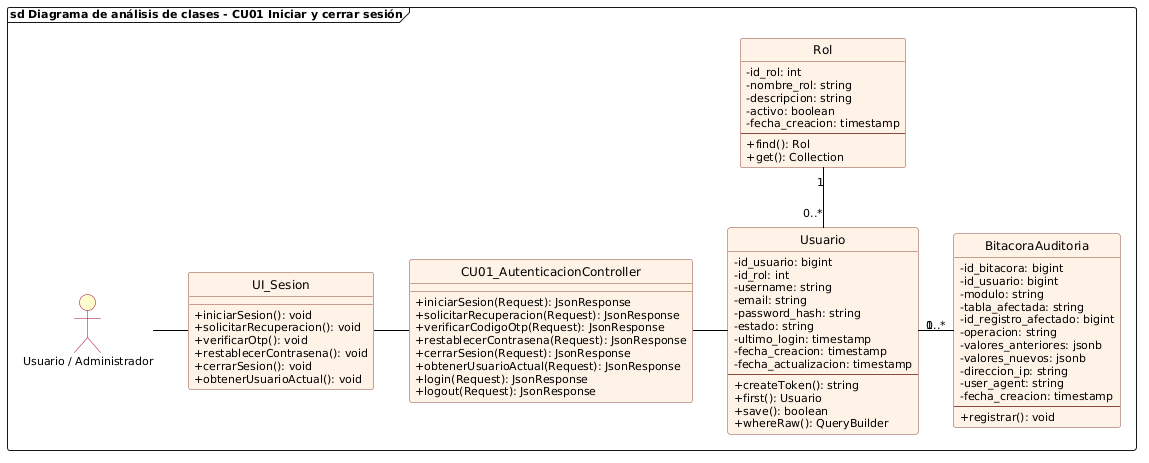
This is diagramas/cu01_analisis_iniciar_cerrar_sesion.png from DiogoMars777/CITAS_MEDICAS, a PlantUML export, as it was before one commit.
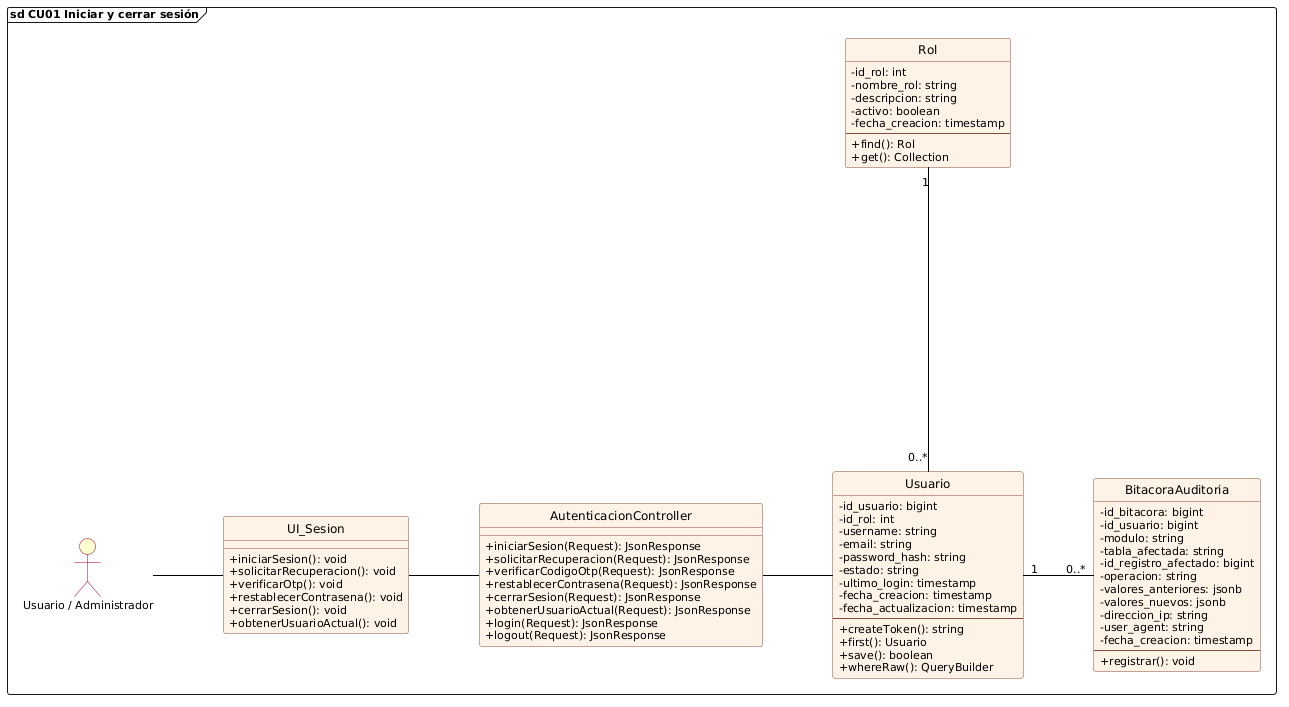
Later version of the same file.

The edit, as a diff of the source:
```diff
@@ -1,6 +1,9 @@
 @startuml cu01_analisis_iniciar_cerrar_sesion
 allowmixing
 
+skinparam linetype ortho
+skinparam nodesep 70
+skinparam ranksep 60
 skinparam backgroundColor white
 skinparam defaultFontName "Segoe UI"
 skinparam defaultFontSize 11
@@ -21,7 +24,7 @@
     BorderColor #A80036
 }
 
-frame "sd Diagrama de análisis de clases - CU01 Iniciar y cerrar sesión" {
+frame "sd CU01 Iniciar y cerrar sesión" {
     actor "Usuario / Administrador" as UserActor
 
     class UI_Sesion {
@@ -33,7 +36,7 @@
         + obtenerUsuarioActual(): void
     }
 
-    class CU01_AutenticacionController {
+    class AutenticacionController {
         + iniciarSesion(Request): JsonResponse
         + solicitarRecuperacion(Request): JsonResponse
         + verificarCodigoOtp(Request): JsonResponse
@@ -89,10 +92,10 @@
     }
 
     UserActor -right- UI_Sesion
-    UI_Sesion -right- CU01_AutenticacionController
-    CU01_AutenticacionController -right- Usuario
+    UI_Sesion -right- AutenticacionController
+    AutenticacionController -right- Usuario
 
-    Usuario "0..*" -up- "1" Rol
-    Usuario "1" -right- "0..*" BitacoraAuditoria
+    Usuario "0..*" ---up--- "1" Rol
+    Usuario "1" ---right--- "0..*" BitacoraAuditoria
 }
 @enduml
```
